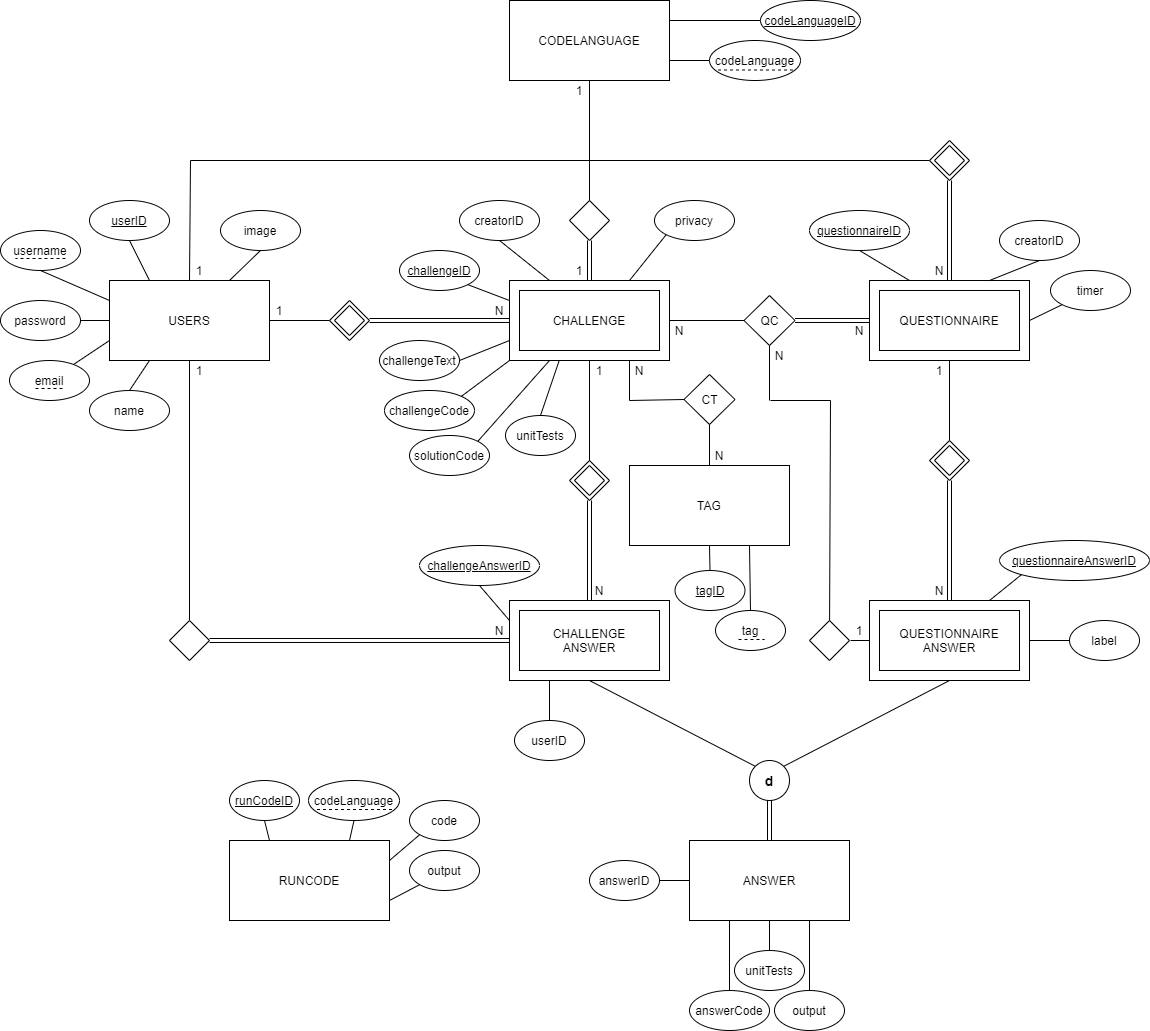
Before: Code/Postgres/Diagram.png, a diagram exported from draw.io (joaoesantos/ise_learning). Source tidied: cells renumbered, new cells last; positions are measured from the earlier drawing's top-left corner, leaving out a move shared by most shapes.
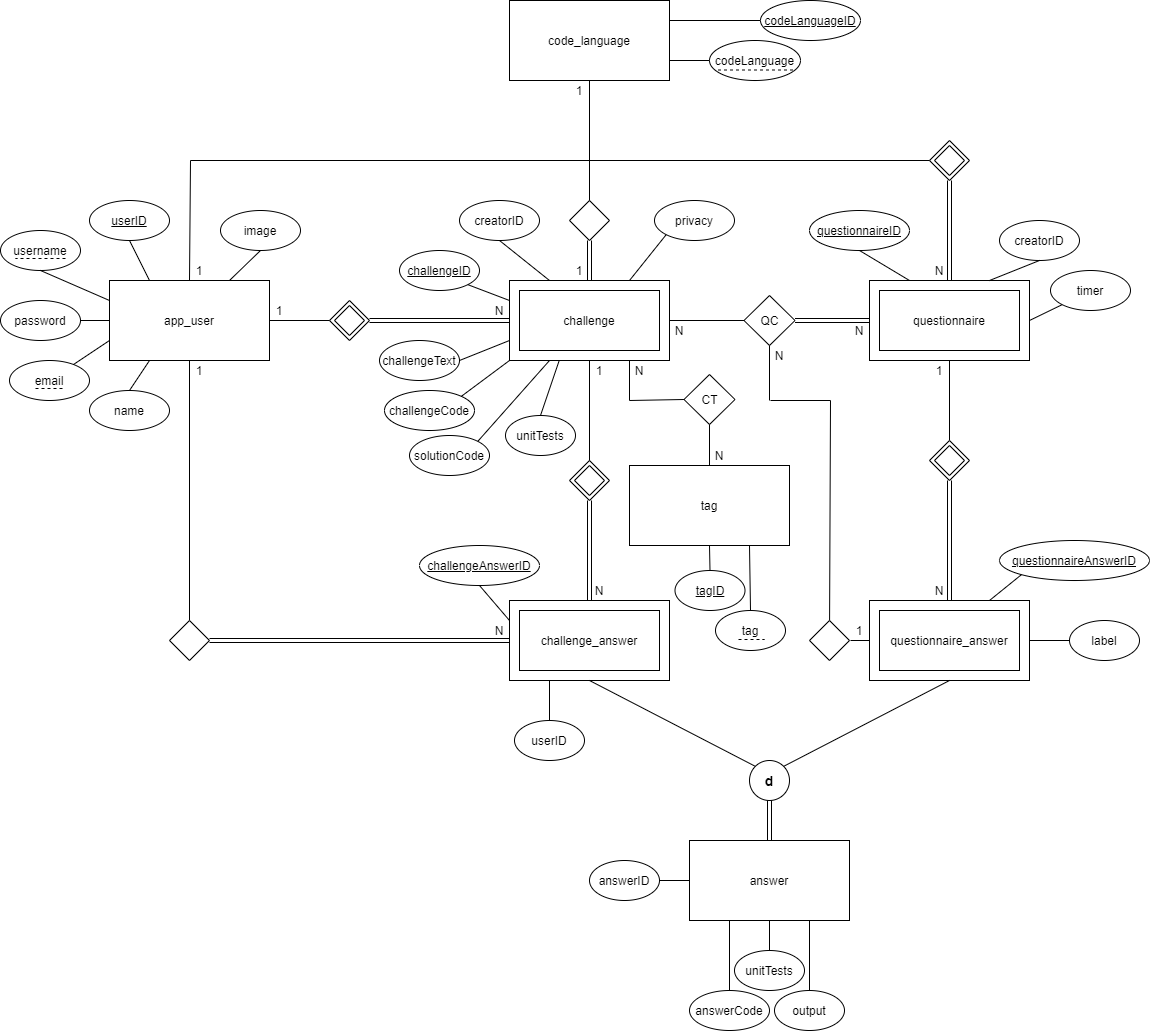
Above is the later version.

What changed in the source:
```diff
@@ -2,7 +2,7 @@
   <root>
     <mxCell id="0" />
     <mxCell id="1" parent="0" />
-    <mxCell id="2" value="CODELANGUAGE" style="rounded=0;whiteSpace=wrap;html=1;" parent="1" vertex="1">
+    <mxCell id="2" value="code_language" style="rounded=0;whiteSpace=wrap;html=1;" parent="1" vertex="1">
       <mxGeometry x="509" width="160" height="80" as="geometry" />
     </mxCell>
     <mxCell id="3" style="rounded=0;whiteSpace=wrap;html=1;" parent="1" vertex="1">
@@ -20,7 +20,7 @@
     <mxCell id="7" value="&lt;font style=&quot;font-size: 12px&quot;&gt;QC&lt;/font&gt;" style="rhombus;whiteSpace=wrap;html=1;" parent="1" vertex="1">
       <mxGeometry x="743.5" y="295" width="51" height="50" as="geometry" />
     </mxCell>
-    <mxCell id="8" value="CHALLENGE" style="rounded=0;whiteSpace=wrap;html=1;" parent="1" vertex="1">
+    <mxCell id="8" value="challenge" style="rounded=0;whiteSpace=wrap;html=1;" parent="1" vertex="1">
       <mxGeometry x="519" y="290" width="140" height="60" as="geometry" />
     </mxCell>
     <mxCell id="9" style="shape=link;html=1;entryX=0;entryY=0.5;entryDx=0;entryDy=0;exitX=1;exitY=0.5;exitDx=0;exitDy=0;" parent="1" edge="1" source="7" target="6">
@@ -32,7 +32,7 @@
     <mxCell id="11" style="rounded=0;whiteSpace=wrap;html=1;" parent="1" vertex="1">
       <mxGeometry x="509" y="600" width="160" height="80" as="geometry" />
     </mxCell>
-    <mxCell id="12" value="QUESTIONNAIRE" style="rounded=0;whiteSpace=wrap;html=1;" parent="1" vertex="1">
+    <mxCell id="12" value="questionnaire" style="rounded=0;whiteSpace=wrap;html=1;" parent="1" vertex="1">
       <mxGeometry x="879" y="290" width="140" height="60" as="geometry" />
     </mxCell>
     <mxCell id="13" style="endArrow=none;html=1;entryX=0.5;entryY=1;entryDx=0;entryDy=0;exitX=0.5;exitY=0;exitDx=0;exitDy=0;" parent="1" edge="1" source="46" target="6">
@@ -131,7 +131,7 @@
     <mxCell id="44" style="rounded=0;whiteSpace=wrap;html=1;" parent="1" vertex="1">
       <mxGeometry x="869" y="600" width="160" height="80" as="geometry" />
     </mxCell>
-    <mxCell id="45" value="QUESTIONNAIRE&lt;br&gt;ANSWER" style="rounded=0;whiteSpace=wrap;html=1;" parent="1" vertex="1">
+    <mxCell id="45" value="questionnaire_answer" style="rounded=0;whiteSpace=wrap;html=1;" parent="1" vertex="1">
       <mxGeometry x="879" y="610" width="140" height="60" as="geometry" />
     </mxCell>
     <mxCell id="46" style="rhombus;whiteSpace=wrap;html=1;" parent="1" vertex="1">
@@ -188,7 +188,7 @@
     <mxCell id="63" style="rhombus;whiteSpace=wrap;html=1;" parent="1" vertex="1">
       <mxGeometry x="329" y="300" width="40" height="40" as="geometry" />
     </mxCell>
-    <mxCell id="64" value="USERS" style="rounded=0;whiteSpace=wrap;html=1;" parent="1" vertex="1">
+    <mxCell id="64" value="app_user" style="rounded=0;whiteSpace=wrap;html=1;" parent="1" vertex="1">
       <mxGeometry x="109" y="280" width="160" height="80" as="geometry" />
     </mxCell>
     <mxCell id="65" style="endArrow=none;html=1;entryX=0;entryY=0.5;entryDx=0;entryDy=0;exitX=1;exitY=0.5;exitDx=0;exitDy=0;" parent="1" edge="1" source="64" target="63">
@@ -222,7 +222,7 @@
     <mxCell id="73" style="endArrow=none;html=1;entryX=0.5;entryY=1;entryDx=0;entryDy=0;exitX=0.5;exitY=0;exitDx=0;exitDy=0;" parent="1" edge="1" source="74" target="72">
       <mxGeometry relative="1" as="geometry" />
     </mxCell>
-    <mxCell id="74" value="TAG" style="rounded=0;whiteSpace=wrap;html=1;" parent="1" vertex="1">
+    <mxCell id="74" value="tag" style="rounded=0;whiteSpace=wrap;html=1;" parent="1" vertex="1">
       <mxGeometry x="629" y="465" width="160" height="80" as="geometry" />
     </mxCell>
     <mxCell id="75" value="N" style="text;html=1;strokeColor=none;fillColor=none;align=center;verticalAlign=middle;whiteSpace=wrap;rounded=0;" parent="1" vertex="1">
@@ -243,27 +243,6 @@
     <mxCell id="80" style="endArrow=none;html=1;entryX=0.5;entryY=0;entryDx=0;entryDy=0;exitX=0.75;exitY=1;exitDx=0;exitDy=0;" parent="1" edge="1" source="74" target="78">
       <mxGeometry relative="1" as="geometry" />
     </mxCell>
-    <mxCell id="81" value="RUNCODE" style="rounded=0;whiteSpace=wrap;html=1;" parent="1" vertex="1">
-      <mxGeometry x="229" y="840" width="160" height="80" as="geometry" />
-    </mxCell>
-    <mxCell id="82" style="endArrow=none;html=1;entryX=0.25;entryY=0;entryDx=0;entryDy=0;exitX=0.5;exitY=1;exitDx=0;exitDy=0;" parent="1" edge="1" source="87" target="81">
-      <mxGeometry relative="1" as="geometry" />
-    </mxCell>
-    <mxCell id="83" value="code" style="ellipse;whiteSpace=wrap;html=1;" parent="1" vertex="1">
-      <mxGeometry x="409" y="800" width="70" height="40" as="geometry" />
-    </mxCell>
-    <mxCell id="84" style="endArrow=none;html=1;entryX=0;entryY=1;entryDx=0;entryDy=0;exitX=1;exitY=0.25;exitDx=0;exitDy=0;" parent="1" edge="1" source="81" target="83">
-      <mxGeometry relative="1" as="geometry" />
-    </mxCell>
-    <mxCell id="85" value="codeLanguage" style="ellipse;whiteSpace=wrap;html=1;" parent="1" vertex="1">
-      <mxGeometry x="308" y="780" width="91" height="40" as="geometry" />
-    </mxCell>
-    <mxCell id="86" style="endArrow=none;html=1;entryX=0.5;entryY=1;entryDx=0;entryDy=0;exitX=0.75;exitY=0;exitDx=0;exitDy=0;" parent="1" edge="1" source="81" target="85">
-      <mxGeometry relative="1" as="geometry" />
-    </mxCell>
-    <mxCell id="87" value="&lt;u&gt;runCodeID&lt;/u&gt;" style="ellipse;whiteSpace=wrap;html=1;" parent="1" vertex="1">
-      <mxGeometry x="229" y="780" width="70" height="40" as="geometry" />
-    </mxCell>
     <mxCell id="88" style="rhombus;whiteSpace=wrap;html=1;" parent="1" vertex="1">
       <mxGeometry x="334" y="305" width="30" height="30" as="geometry" />
     </mxCell>
@@ -358,18 +337,6 @@
     <mxCell id="115" style="endArrow=none;html=1;entryX=0;entryY=1;entryDx=0;entryDy=0;exitX=1;exitY=0;exitDx=0;exitDy=0;" parent="1" edge="1" source="114" target="3">
       <mxGeometry relative="1" as="geometry" />
     </mxCell>
-    <mxCell id="116" value="output" style="ellipse;whiteSpace=wrap;html=1;" parent="1" vertex="1">
-      <mxGeometry x="409" y="850" width="70" height="40" as="geometry" />
-    </mxCell>
-    <mxCell id="117" style="endArrow=none;html=1;entryX=0;entryY=1;entryDx=0;entryDy=0;exitX=1;exitY=0.75;exitDx=0;exitDy=0;" parent="1" edge="1" source="81" target="116">
-      <mxGeometry relative="1" as="geometry" />
-    </mxCell>
-    <mxCell id="118" style="endArrow=none;dashed=1;html=1;" parent="1" edge="1">
-      <mxGeometry relative="1" as="geometry">
-        <mxPoint x="391.5" y="809" as="sourcePoint" />
-        <mxPoint x="315.5" y="809" as="targetPoint" />
-      </mxGeometry>
-    </mxCell>
     <mxCell id="119" style="endArrow=none;dashed=1;html=1;" parent="1" edge="1">
       <mxGeometry relative="1" as="geometry">
         <mxPoint x="792.5" y="69.5" as="sourcePoint" />
@@ -394,7 +361,7 @@
     <mxCell id="124" style="endArrow=none;html=1;entryX=0.75;entryY=1;entryDx=0;entryDy=0;exitX=0.5;exitY=0;exitDx=0;exitDy=0;" parent="1" edge="1" source="123" target="125">
       <mxGeometry relative="1" as="geometry" />
     </mxCell>
-    <mxCell id="125" value="ANSWER" style="rounded=0;whiteSpace=wrap;html=1;" parent="1" vertex="1">
+    <mxCell id="125" value="answer" style="rounded=0;whiteSpace=wrap;html=1;" parent="1" vertex="1">
       <mxGeometry x="689" y="840" width="160" height="80" as="geometry" />
     </mxCell>
     <mxCell id="126" value="&lt;font style=&quot;font-size: 14px&quot;&gt;&lt;b&gt;d&lt;/b&gt;&lt;/font&gt;" style="ellipse;whiteSpace=wrap;html=1;" parent="1" vertex="1">
@@ -406,7 +373,7 @@
     <mxCell id="128" style="endArrow=none;html=1;entryX=0.5;entryY=1;entryDx=0;entryDy=0;exitX=0;exitY=0;exitDx=0;exitDy=0;" parent="1" edge="1" source="126" target="11">
       <mxGeometry relative="1" as="geometry" />
     </mxCell>
-    <mxCell id="129" value="CHALLENGE&lt;br&gt;ANSWER" style="rounded=0;whiteSpace=wrap;html=1;" parent="1" vertex="1">
+    <mxCell id="129" value="challenge_answer" style="rounded=0;whiteSpace=wrap;html=1;" parent="1" vertex="1">
       <mxGeometry x="519" y="610" width="140" height="60" as="geometry" />
     </mxCell>
     <mxCell id="130" style="shape=link;html=1;entryX=0.5;entryY=1;entryDx=0;entryDy=0;exitX=0.5;exitY=0;exitDx=0;exitDy=0;" parent="1" edge="1" source="125" target="126">
```
